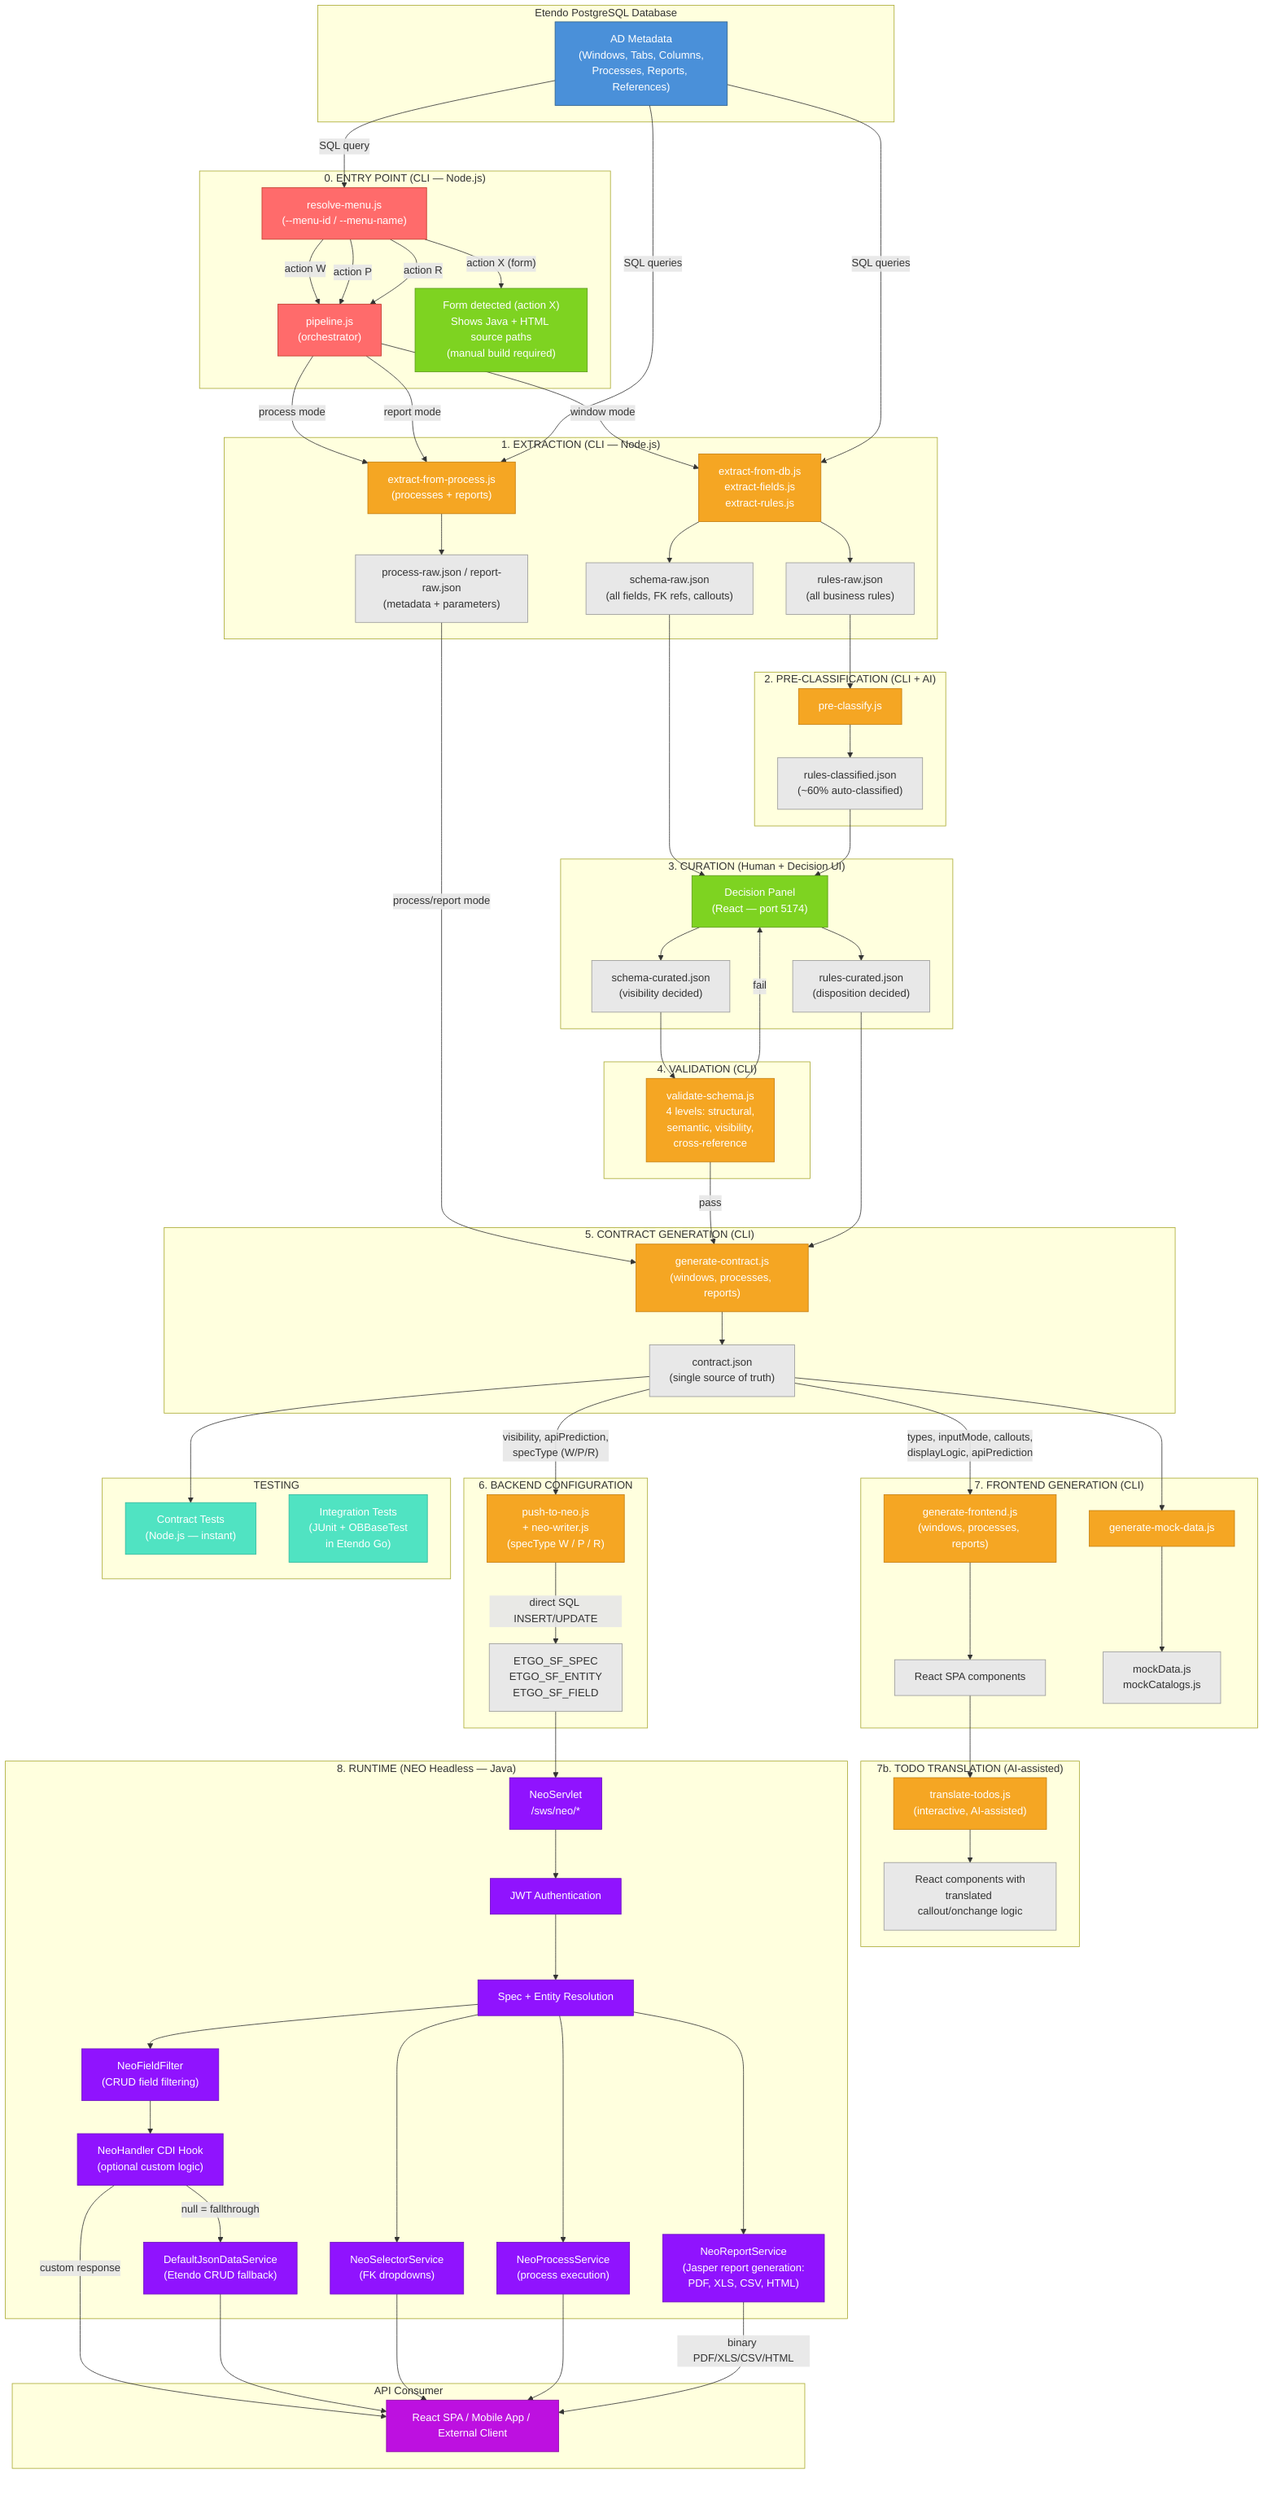
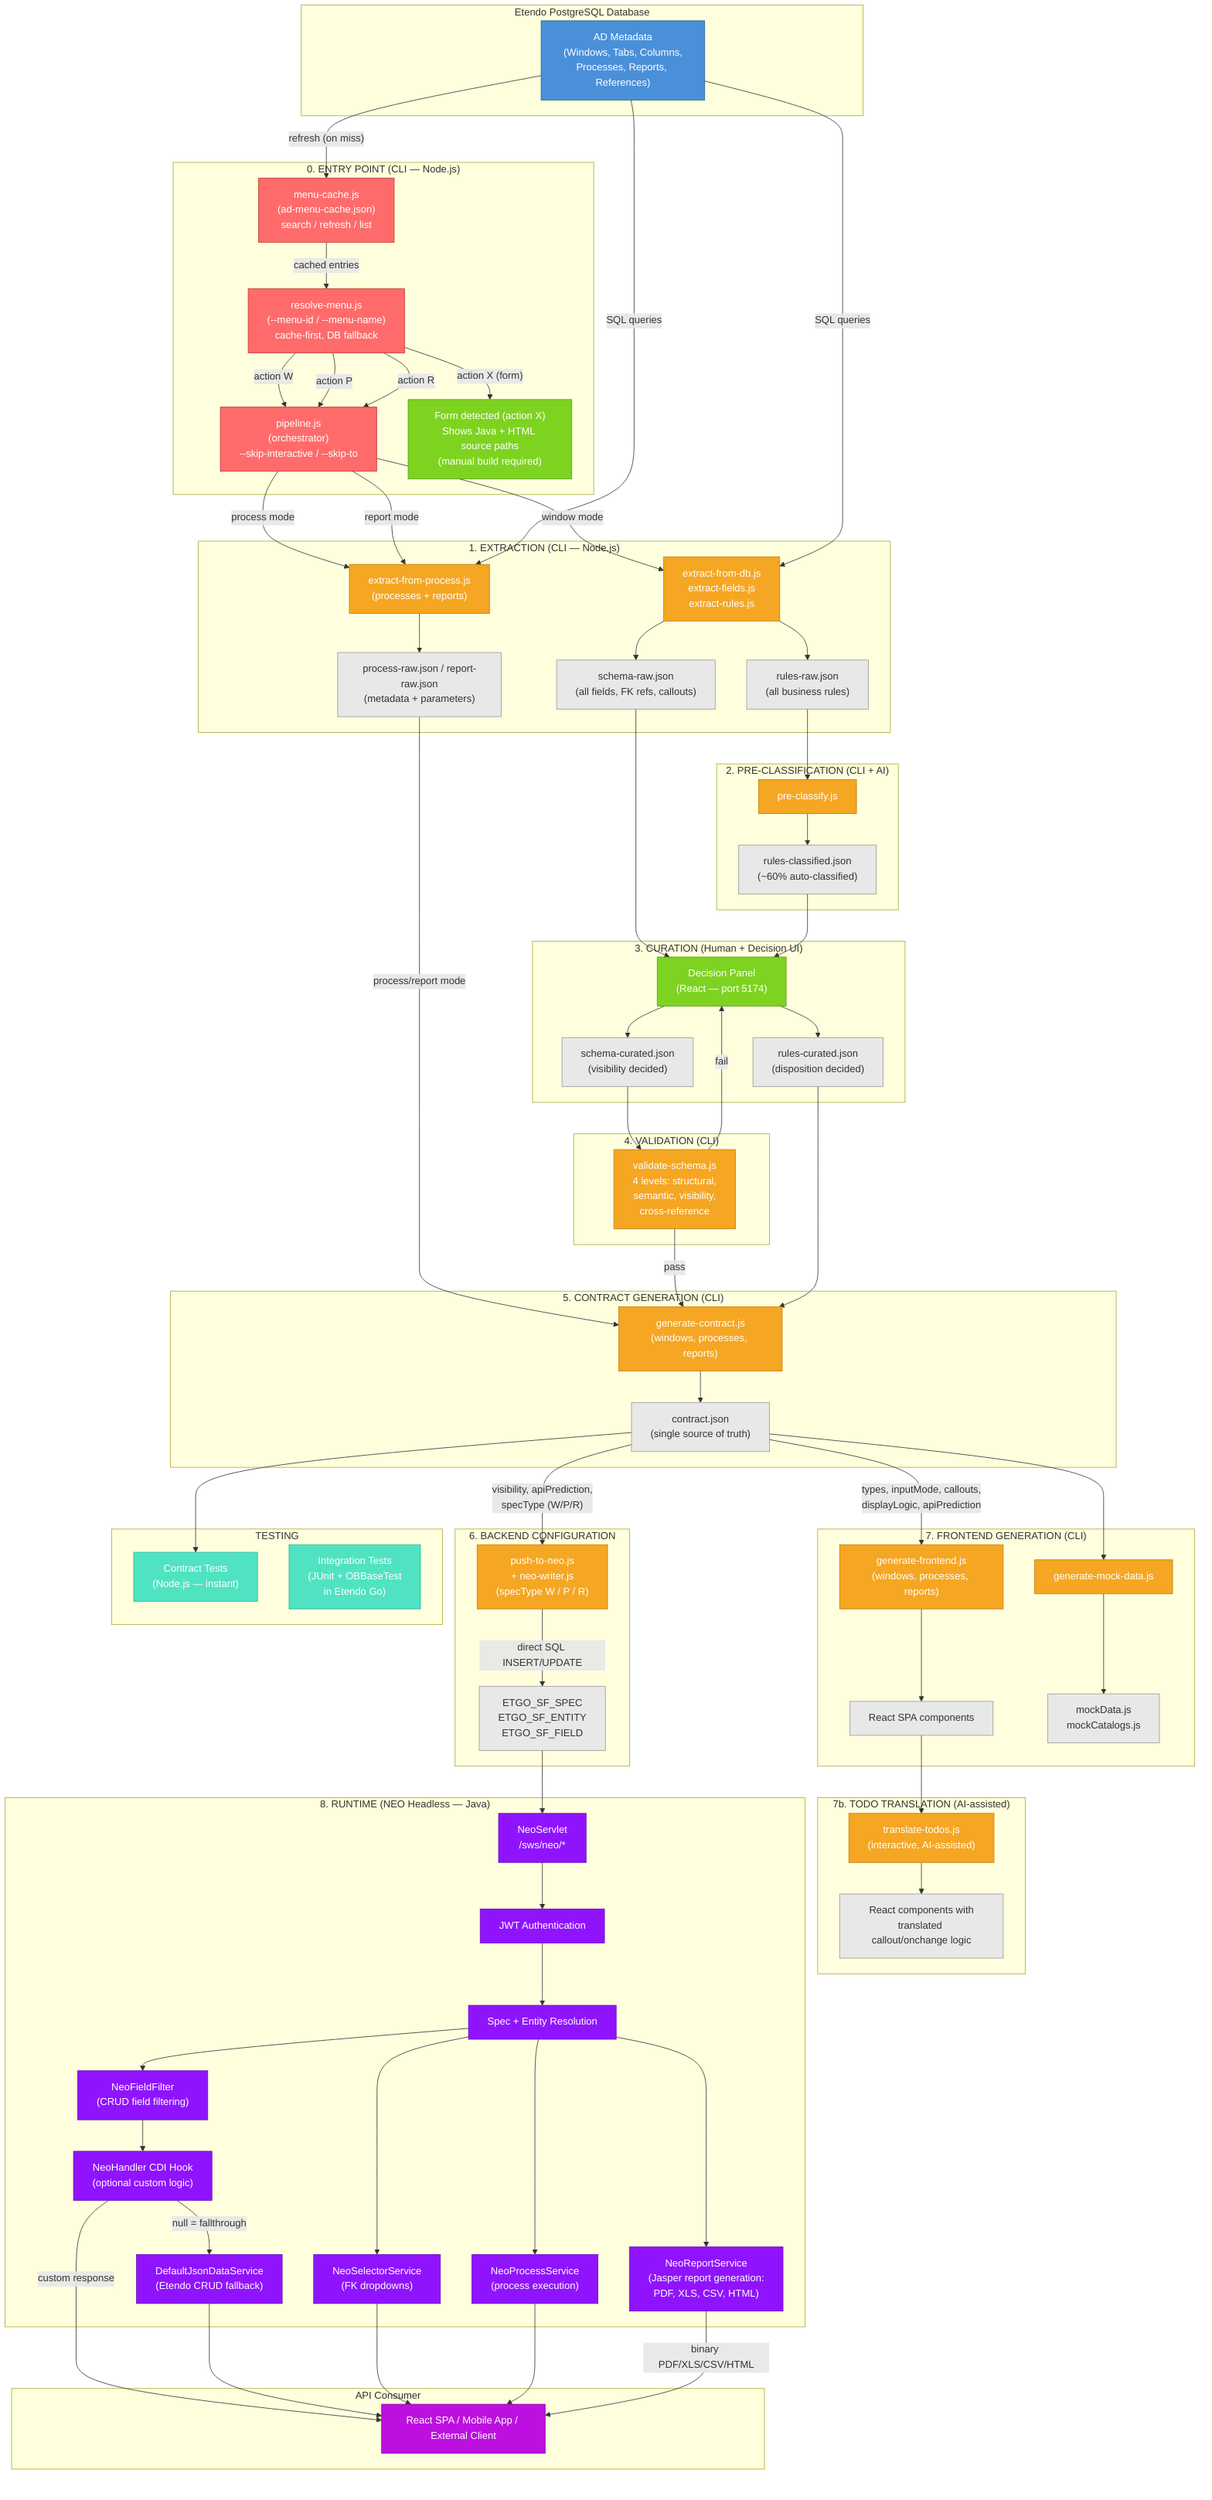
flowchart TD
    subgraph EtendoDB["Etendo PostgreSQL Database"]
        AD["AD Metadata<br/>(Windows, Tabs, Columns,<br/>Processes, Reports, References)"]
    end

    subgraph EntryPoint["0. ENTRY POINT (CLI — Node.js)"]
-         MENU["resolve-menu.js<br/>(--menu-id / --menu-name)"]
-         PIPE["pipeline.js<br/>(orchestrator)"]
+         CACHE["menu-cache.js<br/>(ad-menu-cache.json)<br/>search / refresh / list"]
+         MENU["resolve-menu.js<br/>(--menu-id / --menu-name)<br/>cache-first, DB fallback"]
+         PIPE["pipeline.js<br/>(orchestrator)<br/>--skip-interactive / --skip-to"]
        FORM_INFO["Form detected (action X)<br/>Shows Java + HTML source paths<br/>(manual build required)"]
    end

    subgraph Extraction["1. EXTRACTION (CLI — Node.js)"]
        EXT["extract-from-db.js<br/>extract-fields.js<br/>extract-rules.js"]
        PEXT["extract-from-process.js<br/>(processes + reports)"]
        RAW_S["schema-raw.json<br/>(all fields, FK refs, callouts)"]
        RAW_R["rules-raw.json<br/>(all business rules)"]
        RAW_P["process-raw.json / report-raw.json<br/>(metadata + parameters)"]
    end

    subgraph PreClassify["2. PRE-CLASSIFICATION (CLI + AI)"]
        PC["pre-classify.js"]
        CLASS_R["rules-classified.json<br/>(~60% auto-classified)"]
    end

    subgraph Curation["3. CURATION (Human + Decision UI)"]
        DP["Decision Panel<br/>(React — port 5174)"]
        CUR_S["schema-curated.json<br/>(visibility decided)"]
        CUR_R["rules-curated.json<br/>(disposition decided)"]
    end

    subgraph Validation["4. VALIDATION (CLI)"]
        VAL["validate-schema.js<br/>4 levels: structural,<br/>semantic, visibility,<br/>cross-reference"]
    end

    subgraph ContractGen["5. CONTRACT GENERATION (CLI)"]
        GC["generate-contract.js<br/>(windows, processes, reports)"]
        CONTRACT["contract.json<br/>(single source of truth)"]
    end

    subgraph BackendConfig["6. BACKEND CONFIGURATION"]
        PTN["push-to-neo.js<br/>+ neo-writer.js<br/>(specType W / P / R)"]
        TABLES["ETGO_SF_SPEC<br/>ETGO_SF_ENTITY<br/>ETGO_SF_FIELD"]
    end

    subgraph FrontendGen["7. FRONTEND GENERATION (CLI)"]
        GF["generate-frontend.js<br/>(windows, processes, reports)"]
        GM["generate-mock-data.js"]
        REACT["React SPA components"]
        MOCK["mockData.js<br/>mockCatalogs.js"]
    end

    subgraph TodoTranslation["7b. TODO TRANSLATION (AI-assisted)"]
        TT["translate-todos.js<br/>(interactive, AI-assisted)"]
        TT_OUT["React components with<br/>translated callout/onchange logic"]
    end

    subgraph Runtime["8. RUNTIME (NEO Headless — Java)"]
        NEO["NeoServlet<br/>/sws/neo/*"]
        AUTH["JWT Authentication"]
        RESOLVE["Spec + Entity Resolution"]
        FILTER["NeoFieldFilter<br/>(CRUD field filtering)"]
        HANDLER["NeoHandler CDI Hook<br/>(optional custom logic)"]
        DS["DefaultJsonDataService<br/>(Etendo CRUD fallback)"]
        SEL["NeoSelectorService<br/>(FK dropdowns)"]
        PROC["NeoProcessService<br/>(process execution)"]
        RPT["NeoReportService<br/>(Jasper report generation:<br/>PDF, XLS, CSV, HTML)"]
    end

    subgraph Testing["TESTING"]
        CT["Contract Tests<br/>(Node.js — instant)"]
        IT["Integration Tests<br/>(JUnit + OBBaseTest<br/>in Etendo Go)"]
    end

    subgraph Client["API Consumer"]
        APP["React SPA / Mobile App / External Client"]
    end

-     %% Entry point: menu resolution → pipeline orchestrator
-     AD -->|SQL query| MENU
+     %% Entry point: cache → menu resolution → pipeline orchestrator
+     AD -->|"refresh (on miss)"| CACHE
+     CACHE -->|cached entries| MENU
    MENU -->|"action W"| PIPE
    MENU -->|"action P"| PIPE
    MENU -->|"action R"| PIPE
    MENU -->|"action X (form)"| FORM_INFO

    %% Pipeline dispatches to correct extraction
    PIPE -->|window mode| EXT
    PIPE -->|process mode| PEXT
    PIPE -->|report mode| PEXT

    %% Window extraction
    AD -->|SQL queries| EXT
    EXT --> RAW_S
    EXT --> RAW_R

    %% Process/report extraction
    AD -->|SQL queries| PEXT
    PEXT --> RAW_P

    %% Process/report pipeline (simplified: extract → contract → push → frontend)
    RAW_P -->|process/report mode| GC

    %% Pre-classification (windows only)
    RAW_R --> PC
    PC --> CLASS_R

    %% Curation (windows only)
    RAW_S --> DP
    CLASS_R --> DP
    DP --> CUR_S
    DP --> CUR_R

    %% Validation (windows only)
    CUR_S --> VAL
    VAL -->|fail| DP
    VAL -->|pass| GC

    %% Contract generation (single source of truth)
    CUR_R --> GC
    GC --> CONTRACT

    %% Backend: contract → push-to-neo → direct DB → NEO Headless
    CONTRACT -->|"visibility, apiPrediction,<br/>specType (W/P/R)"| PTN
    PTN -->|direct SQL INSERT/UPDATE| TABLES

    %% Frontend: contract → React SPA + mock data
    CONTRACT -->|"types, inputMode, callouts,<br/>displayLogic, apiPrediction"| GF
    CONTRACT --> GM
    GF --> REACT
    GM --> MOCK

    %% TODO Translation (windows only, after frontend generation)
    REACT --> TT
    TT --> TT_OUT

    %% Runtime
    TABLES --> NEO
    NEO --> AUTH
    AUTH --> RESOLVE
    RESOLVE --> FILTER
    FILTER --> HANDLER
    HANDLER -->|custom response| APP
    HANDLER -->|null = fallthrough| DS
    DS --> APP
    RESOLVE --> SEL
    RESOLVE --> PROC
    RESOLVE --> RPT
    SEL --> APP
    PROC --> APP
    RPT -->|binary PDF/XLS/CSV/HTML| APP

    %% Testing
    CONTRACT --> CT

    %% Styling
    classDef db fill:#4a90d9,stroke:#2c5f8a,color:white
    classDef cli fill:#f5a623,stroke:#c47d0e,color:white
    classDef human fill:#7ed321,stroke:#5a9a18,color:white
    classDef webhook fill:#d0021b,stroke:#a00216,color:white
    classDef runtime fill:#9013fe,stroke:#6b0ebf,color:white
    classDef artifact fill:#e8e8e8,stroke:#999,color:#333
    classDef test fill:#50e3c2,stroke:#2db89e,color:white
    classDef client fill:#bd10e0,stroke:#8a0ca5,color:white
    classDef entry fill:#ff6b6b,stroke:#c0392b,color:white

    class AD db
    class EXT,PEXT,PC,VAL cli
    class DP human
    class NEO,AUTH,RESOLVE,FILTER,HANDLER,DS,SEL,PROC,RPT runtime
    class RAW_S,RAW_R,RAW_P,CLASS_R,CUR_S,CUR_R,TABLES,CONTRACT,REACT,MOCK artifact
    class CT,IT test
    class APP client
    class GC,PTN,GF,GM,TT cli
    class TT_OUT artifact
-     class MENU,PIPE entry
+     class CACHE,MENU,PIPE entry
    class FORM_INFO human
